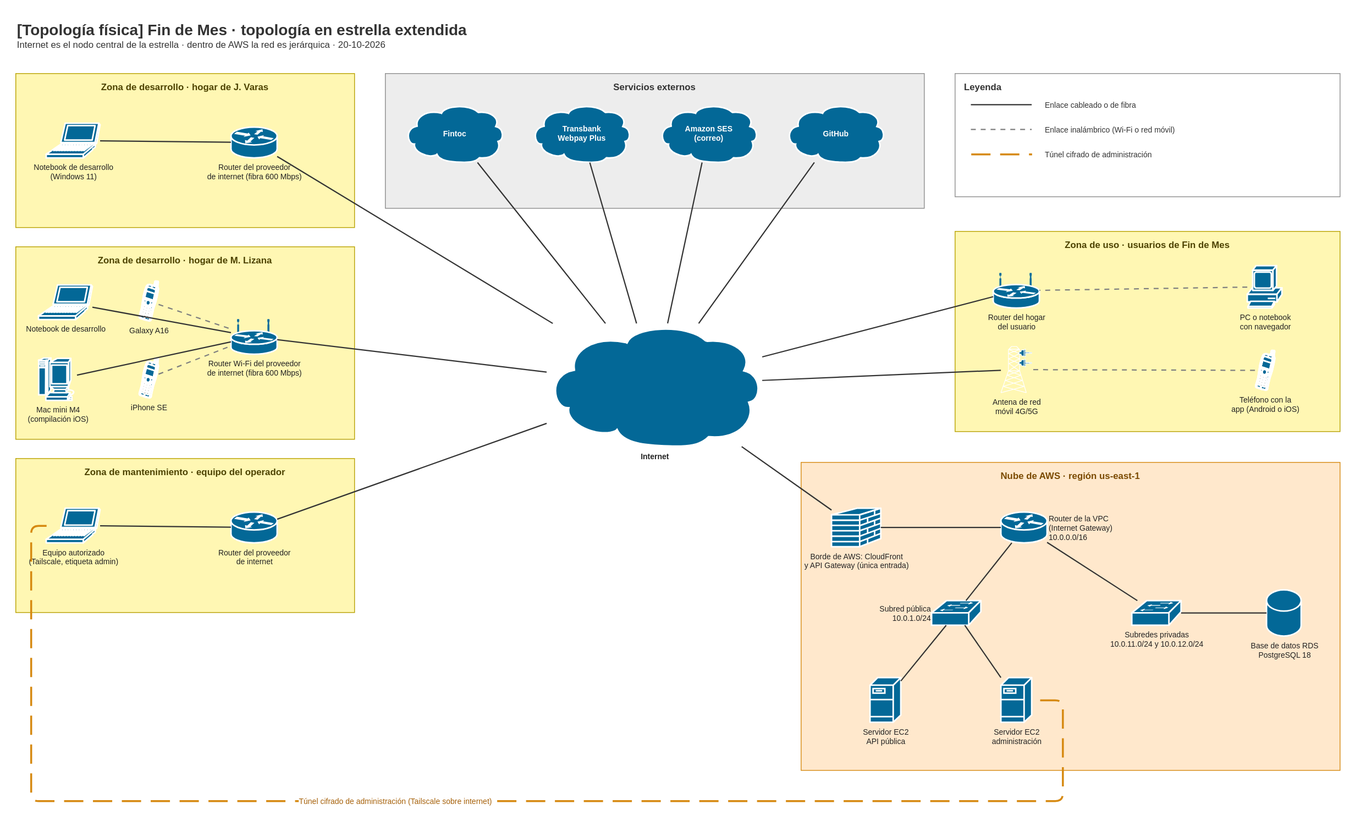
Above: docs/diagrams/architecture/topologia-fisica.drawio.svg in offlnr/findemes (draw.io), before the change. Source tidied: cells renumbered, new cells last; positions are measured from the earlier drawing's top-left corner, leaving out a move shared by most shapes.
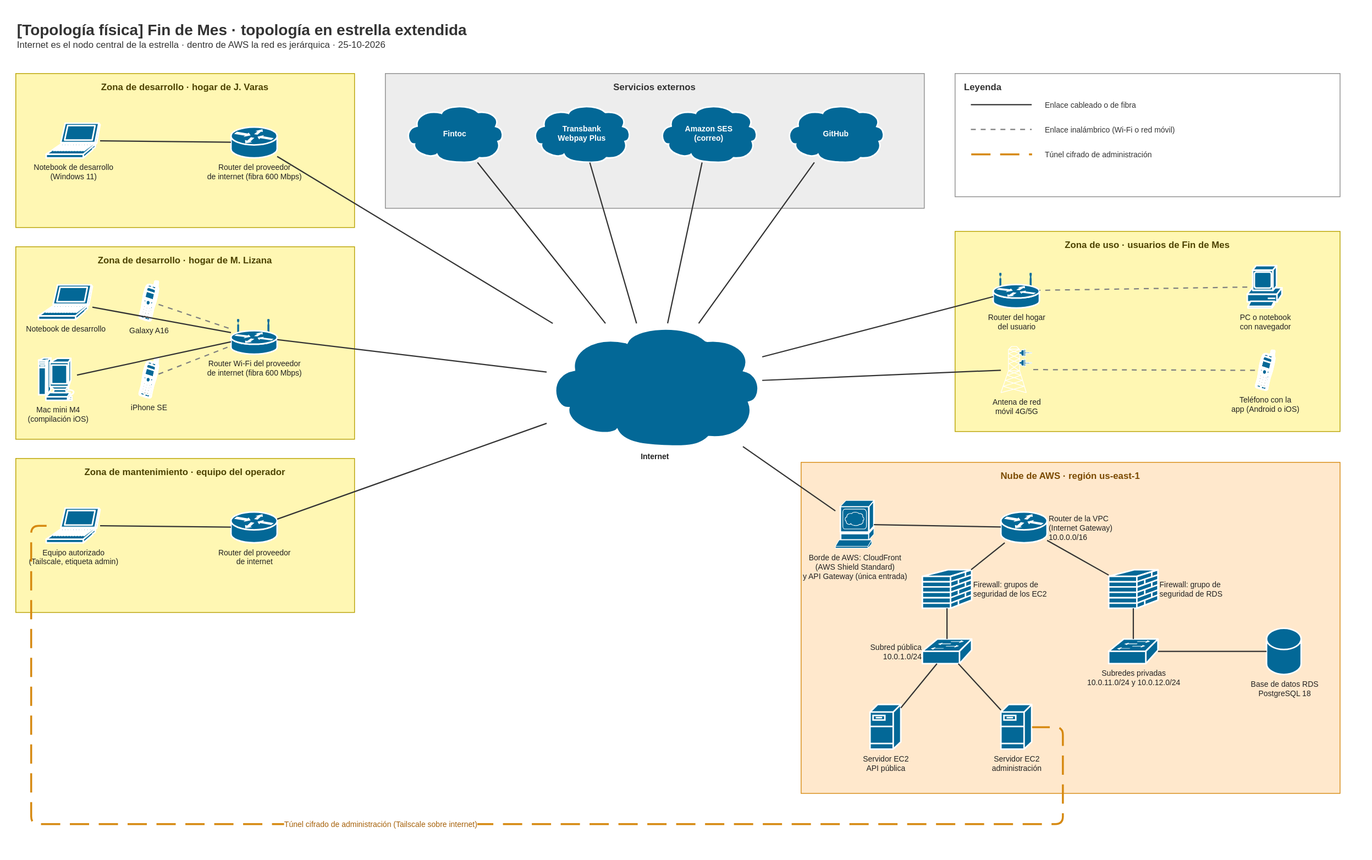
Above is the later version.

What changed in the source:
```diff
@@ -2,7 +2,7 @@
   <root>
     <mxCell id="0" />
     <mxCell id="1" parent="0" />
-    <mxCell id="2" value="&lt;span style=&quot;font-size:20px&quot;&gt;&lt;b&gt;[Topología física] Fin de Mes · topología en estrella extendida&lt;/b&gt;&lt;/span&gt;&lt;br&gt;&lt;span style=&quot;font-size:12px&quot;&gt;Internet es el nodo central de la estrella · dentro de AWS la red es jerárquica · 20-10-2026&lt;/span&gt;" style="text;html=1;whiteSpace=wrap;align=left;verticalAlign=top;fontColor=#333333;" parent="1" vertex="1">
+    <mxCell id="2" value="&lt;span style=&quot;font-size:20px&quot;&gt;&lt;b&gt;[Topología física] Fin de Mes · topología en estrella extendida&lt;/b&gt;&lt;/span&gt;&lt;br&gt;&lt;span style=&quot;font-size:12px&quot;&gt;Internet es el nodo central de la estrella · dentro de AWS la red es jerárquica · 25-10-2026&lt;/span&gt;" style="text;html=1;whiteSpace=wrap;align=left;verticalAlign=top;fontColor=#333333;" parent="1" vertex="1">
       <mxGeometry width="1600" height="60" as="geometry" />
     </mxCell>
     <mxCell id="3" value="&lt;b&gt;Internet&lt;/b&gt;" style="html=1;dashed=0;fillColor=#036897;strokeColor=#ffffff;strokeWidth=2;verticalLabelPosition=bottom;verticalAlign=top;align=center;outlineConnect=0;fontSize=10;fontColor=#222222;shape=mxgraph.cisco.storage.cloud;" parent="1" vertex="1">
@@ -99,47 +99,59 @@
       <mxGeometry relative="1" as="geometry" />
     </mxCell>
     <mxCell id="34" value="Nube de AWS · región us-east-1" style="rounded=0;whiteSpace=wrap;html=1;fillColor=#FFE8CC;strokeColor=#D68910;fontColor=#7A4A00;align=center;verticalAlign=top;spacingTop=4;fontSize=12;fontStyle=1;" parent="1" vertex="1">
-      <mxGeometry x="1020" y="580" width="700" height="400" as="geometry" />
+      <mxGeometry x="1020" y="580" width="700" height="430" as="geometry" />
     </mxCell>
-    <mxCell id="35" value="Borde de AWS: CloudFront&lt;br&gt;y API Gateway (única entrada)" style="html=1;dashed=0;fillColor=#036897;strokeColor=#ffffff;strokeWidth=2;verticalLabelPosition=bottom;verticalAlign=top;align=center;outlineConnect=0;fontSize=10;fontColor=#222222;shape=mxgraph.cisco.security.firewall;" parent="34" vertex="1">
-      <mxGeometry x="40" y="60" width="64" height="50" as="geometry" />
+    <mxCell id="35" value="Borde de AWS: CloudFront&lt;br&gt;(AWS Shield Standard)&lt;br&gt;y API Gateway (única entrada)" style="html=1;dashed=0;fillColor=#036897;strokeColor=#ffffff;strokeWidth=2;verticalLabelPosition=bottom;verticalAlign=top;align=center;outlineConnect=0;fontSize=10;fontColor=#222222;shape=mxgraph.cisco.servers.www_server;" parent="34" vertex="1">
+      <mxGeometry x="45" y="50" width="50" height="62" as="geometry" />
     </mxCell>
     <mxCell id="36" value="Router de la VPC&lt;br&gt;(Internet Gateway)&lt;br&gt;10.0.0.0/16" style="html=1;dashed=0;fillColor=#036897;strokeColor=#ffffff;strokeWidth=2;verticalLabelPosition=bottom;verticalAlign=top;align=center;outlineConnect=0;fontSize=10;fontColor=#222222;shape=mxgraph.cisco.routers.router;labelPosition=right;verticalLabelPosition=middle;align=left;verticalAlign=middle;" parent="34" vertex="1">
       <mxGeometry x="260" y="65" width="60" height="40" as="geometry" />
     </mxCell>
+    <mxCell id="72" value="Firewall: grupos de&lt;br&gt;seguridad de los EC2" style="html=1;dashed=0;fillColor=#036897;strokeColor=#ffffff;strokeWidth=2;verticalLabelPosition=bottom;verticalAlign=top;align=center;outlineConnect=0;fontSize=10;fontColor=#222222;shape=mxgraph.cisco.security.firewall;labelPosition=right;verticalLabelPosition=middle;align=left;verticalAlign=middle;" parent="34" vertex="1">
+      <mxGeometry x="158" y="140" width="64" height="50" as="geometry" />
+    </mxCell>
+    <mxCell id="73" value="Firewall: grupo de&lt;br&gt;seguridad de RDS" style="html=1;dashed=0;fillColor=#036897;strokeColor=#ffffff;strokeWidth=2;verticalLabelPosition=bottom;verticalAlign=top;align=center;outlineConnect=0;fontSize=10;fontColor=#222222;shape=mxgraph.cisco.security.firewall;labelPosition=right;verticalLabelPosition=middle;align=left;verticalAlign=middle;" parent="34" vertex="1">
+      <mxGeometry x="400" y="140" width="64" height="50" as="geometry" />
+    </mxCell>
     <mxCell id="37" value="Subred pública&lt;br&gt;10.0.1.0/24" style="html=1;dashed=0;fillColor=#036897;strokeColor=#ffffff;strokeWidth=2;verticalLabelPosition=bottom;verticalAlign=top;align=center;outlineConnect=0;fontSize=10;fontColor=#222222;shape=mxgraph.cisco.switches.workgroup_switch;labelPosition=left;verticalLabelPosition=middle;align=right;verticalAlign=middle;" parent="34" vertex="1">
-      <mxGeometry x="170" y="180" width="64" height="32" as="geometry" />
+      <mxGeometry x="158" y="230" width="64" height="32" as="geometry" />
     </mxCell>
     <mxCell id="38" value="Servidor EC2&lt;br&gt;API pública" style="html=1;dashed=0;fillColor=#036897;strokeColor=#ffffff;strokeWidth=2;verticalLabelPosition=bottom;verticalAlign=top;align=center;outlineConnect=0;fontSize=10;fontColor=#222222;shape=mxgraph.cisco.servers.fileserver;" parent="34" vertex="1">
-      <mxGeometry x="90" y="280" width="40" height="58" as="geometry" />
+      <mxGeometry x="90" y="315" width="40" height="58" as="geometry" />
     </mxCell>
     <mxCell id="39" value="Servidor EC2&lt;br&gt;administración" style="html=1;dashed=0;fillColor=#036897;strokeColor=#ffffff;strokeWidth=2;verticalLabelPosition=bottom;verticalAlign=top;align=center;outlineConnect=0;fontSize=10;fontColor=#222222;shape=mxgraph.cisco.servers.fileserver;" parent="34" vertex="1">
-      <mxGeometry x="260" y="280" width="40" height="58" as="geometry" />
+      <mxGeometry x="260" y="315" width="40" height="58" as="geometry" />
     </mxCell>
     <mxCell id="40" value="Subredes privadas&lt;br&gt;10.0.11.0/24 y 10.0.12.0/24" style="html=1;dashed=0;fillColor=#036897;strokeColor=#ffffff;strokeWidth=2;verticalLabelPosition=bottom;verticalAlign=top;align=center;outlineConnect=0;fontSize=10;fontColor=#222222;shape=mxgraph.cisco.switches.workgroup_switch;" parent="34" vertex="1">
-      <mxGeometry x="430" y="180" width="64" height="32" as="geometry" />
+      <mxGeometry x="400" y="230" width="64" height="32" as="geometry" />
     </mxCell>
     <mxCell id="41" value="Base de datos RDS&lt;br&gt;PostgreSQL 18" style="html=1;dashed=0;fillColor=#036897;strokeColor=#ffffff;strokeWidth=2;verticalLabelPosition=bottom;verticalAlign=top;align=center;outlineConnect=0;fontSize=10;fontColor=#222222;shape=mxgraph.cisco.storage.relational_database;" parent="34" vertex="1">
-      <mxGeometry x="605" y="166" width="45" height="60" as="geometry" />
+      <mxGeometry x="605" y="216" width="45" height="60" as="geometry" />
     </mxCell>
     <mxCell id="42" style="endArrow=none;html=1;strokeColor=#333333;strokeWidth=1.6;rounded=0;" parent="34" edge="1" source="35" target="36">
       <mxGeometry relative="1" as="geometry" />
     </mxCell>
-    <mxCell id="43" style="endArrow=none;html=1;strokeColor=#333333;strokeWidth=1.6;rounded=0;" parent="34" edge="1" source="36" target="37">
+    <mxCell id="43" style="endArrow=none;html=1;strokeColor=#333333;strokeWidth=1.6;rounded=0;" parent="34" edge="1" source="36" target="72">
       <mxGeometry relative="1" as="geometry" />
     </mxCell>
-    <mxCell id="44" style="endArrow=none;html=1;strokeColor=#333333;strokeWidth=1.6;rounded=0;" parent="34" edge="1" source="36" target="40">
+    <mxCell id="44" style="endArrow=none;html=1;strokeColor=#333333;strokeWidth=1.6;rounded=0;" parent="34" edge="1" source="72" target="37">
       <mxGeometry relative="1" as="geometry" />
     </mxCell>
-    <mxCell id="45" style="endArrow=none;html=1;strokeColor=#333333;strokeWidth=1.6;rounded=0;" parent="34" edge="1" source="37" target="38">
+    <mxCell id="45" style="endArrow=none;html=1;strokeColor=#333333;strokeWidth=1.6;rounded=0;" parent="34" edge="1" source="36" target="73">
       <mxGeometry relative="1" as="geometry" />
     </mxCell>
-    <mxCell id="46" style="endArrow=none;html=1;strokeColor=#333333;strokeWidth=1.6;rounded=0;" parent="34" edge="1" source="37" target="39">
+    <mxCell id="46" style="endArrow=none;html=1;strokeColor=#333333;strokeWidth=1.6;rounded=0;" parent="34" edge="1" source="73" target="40">
       <mxGeometry relative="1" as="geometry" />
     </mxCell>
-    <mxCell id="47" style="endArrow=none;html=1;strokeColor=#333333;strokeWidth=1.6;rounded=0;" parent="34" edge="1" source="40" target="41">
+    <mxCell id="47" style="endArrow=none;html=1;strokeColor=#333333;strokeWidth=1.6;rounded=0;" parent="34" edge="1" source="37" target="38">
       <mxGeometry relative="1" as="geometry" />
     </mxCell>
+    <mxCell id="58" style="endArrow=none;html=1;strokeColor=#333333;strokeWidth=1.6;rounded=0;" parent="34" edge="1" source="37" target="39">
+      <mxGeometry relative="1" as="geometry" />
+    </mxCell>
+    <mxCell id="62" style="endArrow=none;html=1;strokeColor=#333333;strokeWidth=1.6;rounded=0;" parent="34" edge="1" source="40" target="41">
+      <mxGeometry relative="1" as="geometry" />
+    </mxCell>
     <mxCell id="48" style="endArrow=none;html=1;strokeColor=#333333;strokeWidth=1.6;rounded=0;" parent="1" edge="1" source="11" target="3">
       <mxGeometry relative="1" as="geometry" />
     </mxCell>
@@ -170,16 +182,16 @@
     <mxCell id="57" style="endArrow=none;html=1;strokeColor=#333333;strokeWidth=1.6;rounded=0;" parent="1" edge="1" source="8" target="3">
       <mxGeometry relative="1" as="geometry" />
     </mxCell>
-    <mxCell id="58" value="Túnel cifrado de administración (Tailscale sobre internet)" style="endArrow=none;html=1;strokeColor=#D68910;strokeWidth=2.5;dashed=1;dashPattern=10 5;rounded=1;edgeStyle=orthogonalEdgeStyle;fontSize=10;fontColor=#A6610A;labelBackgroundColor=#FFFFFF;exitX=0;exitY=0.5;exitDx=0;exitDy=0;entryX=1;entryY=0.5;entryDx=0;entryDy=0;" parent="1" edge="1" source="24" target="39">
-      <mxGeometry x="-0.1" relative="1" as="geometry">
-        <Array as="points">
-          <mxPoint x="20" y="662" />
-          <mxPoint x="20" y="1020" />
-          <mxPoint x="1360" y="1020" />
-          <mxPoint x="1360" y="889" />
-        </Array>
-      </mxGeometry>
-    </mxCell>
+    <mxCell id="66" value="Túnel cifrado de administración (Tailscale sobre internet)" style="endArrow=none;html=1;strokeColor=#D68910;strokeWidth=2.5;dashed=1;dashPattern=10 5;rounded=1;edgeStyle=orthogonalEdgeStyle;fontSize=10;fontColor=#A6610A;labelBackgroundColor=#FFFFFF;exitX=0;exitY=0.5;exitDx=0;exitDy=0;entryX=1;entryY=0.5;entryDx=0;entryDy=0;" parent="1" edge="1" source="24" target="39">
+      <mxGeometry x="-0.1" relative="1" as="geometry">
+        <Array as="points">
+          <mxPoint x="20" y="662" />
+          <mxPoint x="20" y="1050" />
+          <mxPoint x="1360" y="1050" />
+          <mxPoint x="1360" y="924" />
+        </Array>
+      </mxGeometry>
+    </mxCell>
     <mxCell id="59" value="&lt;b&gt;Leyenda&lt;/b&gt;" style="rounded=0;whiteSpace=wrap;html=1;fillColor=#FFFFFF;strokeColor=#8C8C8C;fontColor=#333333;align=left;verticalAlign=top;spacingTop=4;spacingLeft=10;fontSize=12;fontStyle=1;" parent="1" vertex="1">
       <mxGeometry x="1220" y="75" width="500" height="160" as="geometry" />
     </mxCell>
@@ -189,9 +201,9 @@
     <mxCell id="61" style="text;" parent="59" vertex="1">
       <mxGeometry x="100" y="40" width="1" height="2" as="geometry" />
     </mxCell>
-    <mxCell id="62" style="endArrow=none;html=1;strokeColor=#333333;strokeWidth=1.6;rounded=0;" parent="59" edge="1" source="60" target="61">
-      <mxGeometry relative="1" as="geometry" />
-    </mxCell>
+    <mxCell id="70" style="endArrow=none;html=1;strokeColor=#333333;strokeWidth=1.6;rounded=0;" parent="59" edge="1" source="60" target="61">
+      <mxGeometry relative="1" as="geometry" />
+    </mxCell>
     <mxCell id="63" value="Enlace cableado o de fibra" style="text;html=1;whiteSpace=wrap;align=left;verticalAlign=top;fontColor=#333333;verticalAlign=middle;fontSize=10;" parent="59" vertex="1">
       <mxGeometry x="115" y="28" width="360" height="26" as="geometry" />
     </mxCell>
@@ -201,9 +213,9 @@
     <mxCell id="65" style="text;" parent="59" vertex="1">
       <mxGeometry x="100" y="72" width="1" height="2" as="geometry" />
     </mxCell>
-    <mxCell id="66" style="endArrow=none;html=1;strokeColor=#7F7F7F;strokeWidth=1.6;rounded=0;dashed=1;dashPattern=4 4;" parent="59" edge="1" source="64" target="65">
-      <mxGeometry relative="1" as="geometry" />
-    </mxCell>
+    <mxCell id="74" style="endArrow=none;html=1;strokeColor=#7F7F7F;strokeWidth=1.6;rounded=0;dashed=1;dashPattern=4 4;" parent="59" edge="1" source="64" target="65">
+      <mxGeometry relative="1" as="geometry" />
+    </mxCell>
     <mxCell id="67" value="Enlace inalámbrico (Wi-Fi o red móvil)" style="text;html=1;whiteSpace=wrap;align=left;verticalAlign=top;fontColor=#333333;verticalAlign=middle;fontSize=10;" parent="59" vertex="1">
       <mxGeometry x="115" y="60" width="360" height="26" as="geometry" />
     </mxCell>
@@ -213,9 +225,9 @@
     <mxCell id="69" style="text;" parent="59" vertex="1">
       <mxGeometry x="100" y="104" width="1" height="2" as="geometry" />
     </mxCell>
-    <mxCell id="70" style="endArrow=none;html=1;strokeColor=#D68910;strokeWidth=2.5;dashed=1;dashPattern=10 5;rounded=1;fontSize=10;fontColor=#A6610A;labelBackgroundColor=#FFFFFF;" parent="59" edge="1" source="68" target="69">
-      <mxGeometry relative="1" as="geometry" />
-    </mxCell>
+    <mxCell id="75" style="endArrow=none;html=1;strokeColor=#D68910;strokeWidth=2.5;dashed=1;dashPattern=10 5;rounded=1;fontSize=10;fontColor=#A6610A;labelBackgroundColor=#FFFFFF;" parent="59" edge="1" source="68" target="69">
+      <mxGeometry relative="1" as="geometry" />
+    </mxCell>
     <mxCell id="71" value="Túnel cifrado de administración" style="text;html=1;whiteSpace=wrap;align=left;verticalAlign=top;fontColor=#333333;verticalAlign=middle;fontSize=10;" parent="59" vertex="1">
       <mxGeometry x="115" y="92" width="360" height="26" as="geometry" />
     </mxCell>
```
